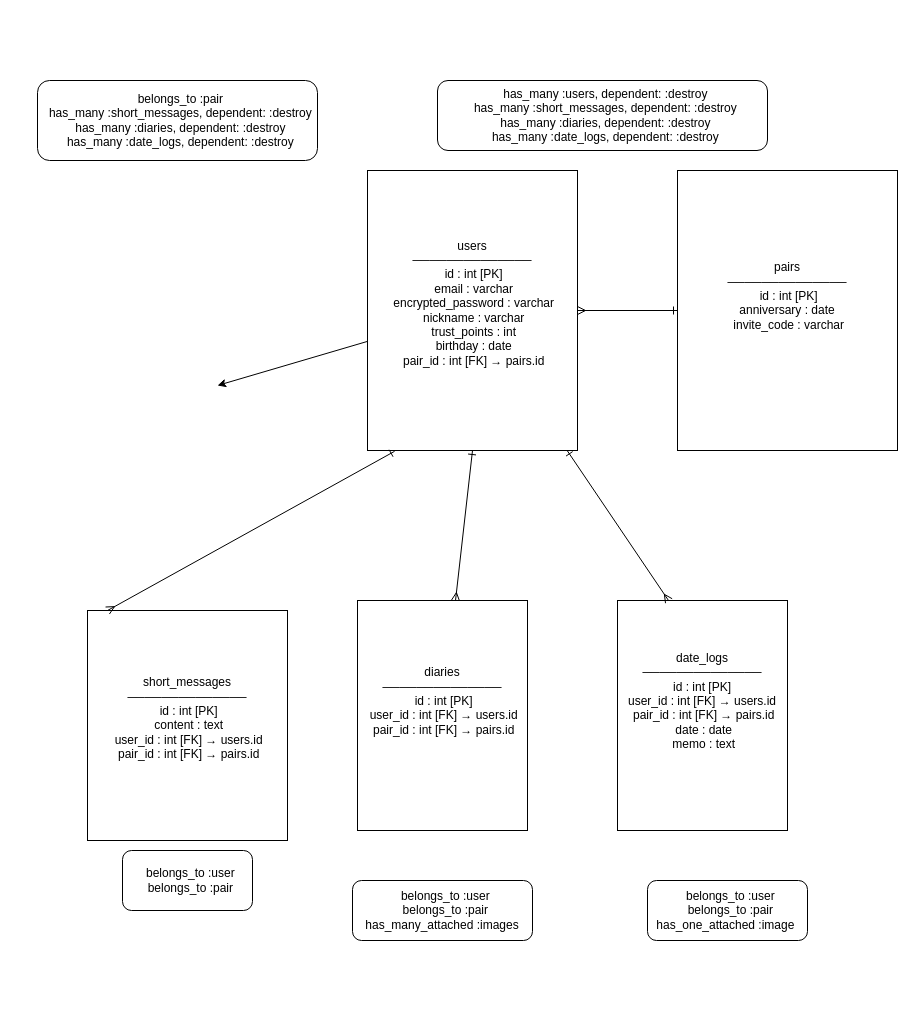
The draw.io diagram original.dio in Kei-bigginer/original_app-42272, before the edit. Source tidied: cells renumbered, new cells numbered last; positions are measured from the earlier drawing's top-left corner, leaving out a move shared by most shapes. Both pictures are drawn from the tidied source at 100%, with x=0, y=0 at pixel (37, 80).
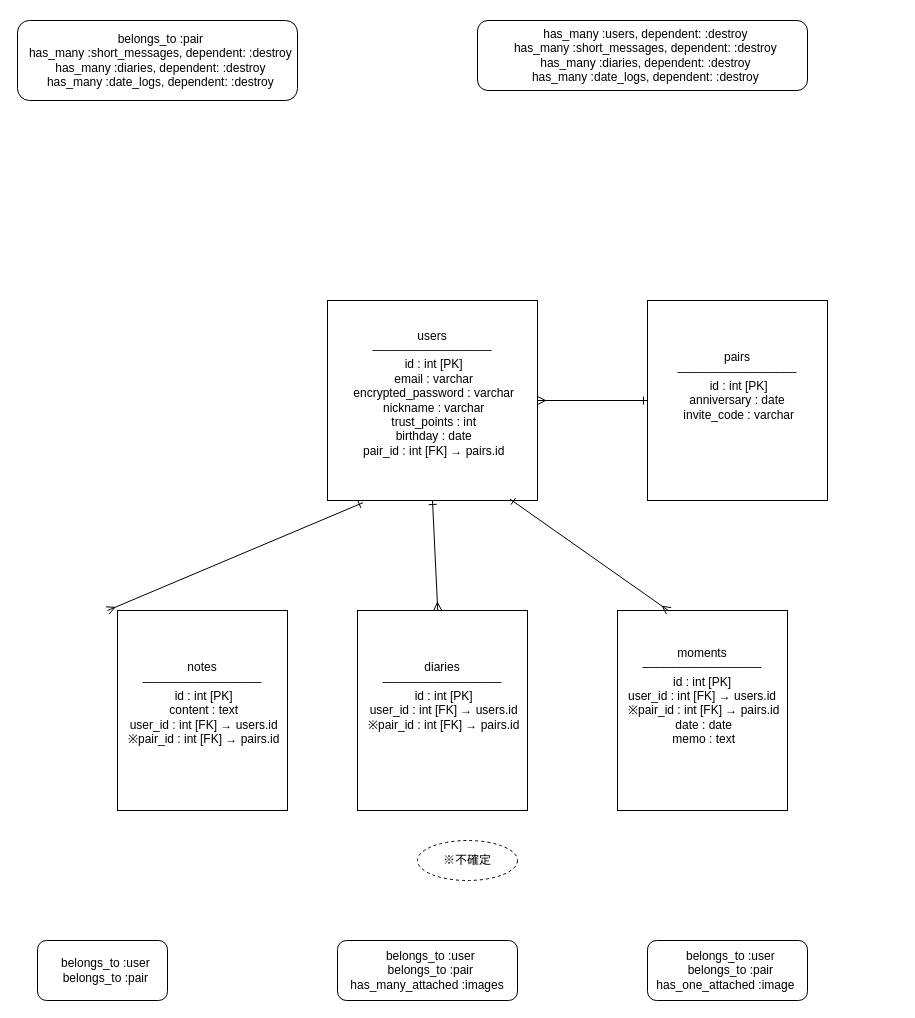
The same diagram, later.

Commit message (it also covers changes not shown here):
README修正（ページ遷移図、ER図添付）

Change to the diagram source:
```diff
@@
 <mxGraphModel>
   <root>
     <mxCell id="0" />
     <mxCell id="1" parent="0" />
-    <mxCell id="2" style="edgeStyle=none;html=1;" parent="1" edge="1" source="4">
-      <mxGeometry relative="1" as="geometry">
-        <mxPoint x="180" y="305" as="targetPoint" />
-      </mxGeometry>
-    </mxCell>
     <mxCell id="3" style="edgeStyle=none;html=1;entryX=0;entryY=0.5;entryDx=0;entryDy=0;startArrow=ERmany;startFill=0;endArrow=ERone;endFill=0;" parent="1" edge="1" source="4" target="5">
       <mxGeometry relative="1" as="geometry" />
     </mxCell>
     <mxCell id="4" value="&lt;div&gt;&lt;font color=&quot;#000000&quot;&gt;users&lt;/font&gt;&lt;/div&gt;&lt;div&gt;&lt;font color=&quot;#000000&quot;&gt;──────────────&lt;/font&gt;&lt;/div&gt;&lt;div&gt;&lt;font color=&quot;#000000&quot;&gt;&amp;nbsp;id : int [PK]&lt;/font&gt;&lt;/div&gt;&lt;div&gt;&lt;font color=&quot;#000000&quot;&gt;&amp;nbsp;email : varchar&lt;/font&gt;&lt;/div&gt;&lt;div&gt;&lt;font color=&quot;#000000&quot;&gt;&amp;nbsp;encrypted_password : varchar&lt;/font&gt;&lt;/div&gt;&lt;div&gt;&lt;font color=&quot;#000000&quot;&gt;&amp;nbsp;nickname : varchar&lt;/font&gt;&lt;/div&gt;&lt;div&gt;&lt;font color=&quot;#000000&quot;&gt;&amp;nbsp;trust_points : int&lt;/font&gt;&lt;/div&gt;&lt;div&gt;&lt;font color=&quot;#000000&quot;&gt;&amp;nbsp;birthday : date&lt;/font&gt;&lt;/div&gt;&lt;div&gt;&lt;font color=&quot;#000000&quot;&gt;&amp;nbsp;pair_id : int [FK] → pairs.id&lt;/font&gt;&lt;/div&gt;&lt;div&gt;&lt;br&gt;&lt;/div&gt;" style="rounded=0;whiteSpace=wrap;html=1;" parent="1" vertex="1">
-      <mxGeometry x="330" y="90" width="210" height="280" as="geometry" />
+      <mxGeometry x="290" y="220" width="210" height="200" as="geometry" />
     </mxCell>
     <mxCell id="5" value="&lt;div&gt;&lt;font color=&quot;#000000&quot;&gt;pairs&lt;/font&gt;&lt;/div&gt;&lt;div&gt;&lt;font color=&quot;#000000&quot;&gt;──────────────&lt;/font&gt;&lt;/div&gt;&lt;div&gt;&lt;font color=&quot;#000000&quot;&gt;&amp;nbsp;id : int [PK]&lt;/font&gt;&lt;/div&gt;&lt;div&gt;&lt;font color=&quot;#000000&quot;&gt;anniversary : date&lt;/font&gt;&lt;/div&gt;&lt;div&gt;&lt;font color=&quot;#000000&quot;&gt;&amp;nbsp;invite_code : varchar&lt;/font&gt;&lt;/div&gt;&lt;div&gt;&lt;br&gt;&lt;/div&gt;&lt;div&gt;&lt;br&gt;&lt;/div&gt;" style="rounded=0;whiteSpace=wrap;html=1;" parent="1" vertex="1">
-      <mxGeometry x="640" y="90" width="220" height="280" as="geometry" />
+      <mxGeometry x="610" y="220" width="180" height="200" as="geometry" />
     </mxCell>
-    <mxCell id="6" value="&lt;div&gt;&lt;font color=&quot;#000000&quot;&gt;short_messages&lt;/font&gt;&lt;/div&gt;&lt;div&gt;&lt;font color=&quot;#000000&quot;&gt;──────────────&lt;/font&gt;&lt;/div&gt;&lt;div&gt;&lt;font color=&quot;#000000&quot;&gt;&amp;nbsp;id : int [PK]&lt;/font&gt;&lt;/div&gt;&lt;div&gt;&lt;font color=&quot;#000000&quot;&gt;&amp;nbsp;content : text&lt;/font&gt;&lt;/div&gt;&lt;div&gt;&lt;font color=&quot;#000000&quot;&gt;&amp;nbsp;user_id : int [FK] → users.id&lt;/font&gt;&lt;/div&gt;&lt;div&gt;&lt;font color=&quot;#000000&quot;&gt;&amp;nbsp;pair_id : int [FK] → pairs.id&lt;/font&gt;&lt;/div&gt;&lt;div&gt;&lt;br&gt;&lt;/div&gt;" style="rounded=0;whiteSpace=wrap;html=1;" parent="1" vertex="1">
-      <mxGeometry x="50" y="530" width="200" height="230" as="geometry" />
+    <mxCell id="6" value="&lt;div&gt;&lt;span style=&quot;background-color: transparent;&quot;&gt;&lt;font color=&quot;#000000&quot;&gt;notes&lt;/font&gt;&lt;/span&gt;&lt;/div&gt;&lt;div&gt;&lt;span style=&quot;background-color: transparent;&quot;&gt;──────────────&lt;/span&gt;&lt;/div&gt;&lt;div&gt;&lt;font color=&quot;#000000&quot;&gt;&amp;nbsp;id : int [PK]&lt;/font&gt;&lt;/div&gt;&lt;div&gt;&lt;font color=&quot;#000000&quot;&gt;&amp;nbsp;content : text&lt;/font&gt;&lt;/div&gt;&lt;div&gt;&lt;font color=&quot;#000000&quot;&gt;&amp;nbsp;user_id : int [FK] → users.id&lt;/font&gt;&lt;/div&gt;&lt;div&gt;&lt;font color=&quot;#000000&quot;&gt;&amp;nbsp;※pair_id : int [FK] → pairs.id&lt;/font&gt;&lt;/div&gt;&lt;div&gt;&lt;br&gt;&lt;/div&gt;" style="rounded=0;whiteSpace=wrap;html=1;" parent="1" vertex="1">
+      <mxGeometry x="80" y="530" width="170" height="200" as="geometry" />
     </mxCell>
-    <mxCell id="7" value="&lt;div&gt;&lt;font color=&quot;#000000&quot;&gt;date_logs&lt;/font&gt;&lt;/div&gt;&lt;div&gt;&lt;font color=&quot;#000000&quot;&gt;──────────────&lt;/font&gt;&lt;/div&gt;&lt;div&gt;&lt;font color=&quot;#000000&quot;&gt;id : int [PK]&lt;/font&gt;&lt;/div&gt;&lt;div&gt;&lt;font color=&quot;#000000&quot;&gt;user_id : int [FK] → users.id&lt;/font&gt;&lt;/div&gt;&lt;div&gt;&lt;font color=&quot;#000000&quot;&gt;&amp;nbsp;pair_id : int [FK] → pairs.id&lt;/font&gt;&lt;/div&gt;&lt;div&gt;&lt;font color=&quot;#000000&quot;&gt;&amp;nbsp;date : date&lt;/font&gt;&lt;/div&gt;&lt;div&gt;&lt;font color=&quot;#000000&quot;&gt;&amp;nbsp;memo : text&lt;/font&gt;&lt;/div&gt;&lt;div&gt;&lt;br&gt;&lt;/div&gt;&lt;div&gt;&lt;br&gt;&lt;/div&gt;" style="rounded=0;whiteSpace=wrap;html=1;" parent="1" vertex="1">
-      <mxGeometry x="580" y="520" width="170" height="230" as="geometry" />
+    <mxCell id="7" value="&lt;div&gt;&lt;span style=&quot;background-color: transparent;&quot;&gt;&lt;font color=&quot;#000000&quot;&gt;moments&lt;/font&gt;&lt;/span&gt;&lt;/div&gt;&lt;div&gt;&lt;span style=&quot;background-color: transparent;&quot;&gt;──────────────&lt;/span&gt;&lt;/div&gt;&lt;div&gt;&lt;font color=&quot;#000000&quot;&gt;id : int [PK]&lt;/font&gt;&lt;/div&gt;&lt;div&gt;&lt;font color=&quot;#000000&quot;&gt;user_id : int [FK] → users.id&lt;/font&gt;&lt;/div&gt;&lt;div&gt;&lt;font color=&quot;#000000&quot;&gt;&amp;nbsp;※pair_id : int [FK] → pairs.id&lt;/font&gt;&lt;/div&gt;&lt;div&gt;&lt;font color=&quot;#000000&quot;&gt;&amp;nbsp;date : date&lt;/font&gt;&lt;/div&gt;&lt;div&gt;&lt;font color=&quot;#000000&quot;&gt;&amp;nbsp;memo : text&lt;/font&gt;&lt;/div&gt;&lt;div&gt;&lt;br&gt;&lt;/div&gt;&lt;div&gt;&lt;br&gt;&lt;/div&gt;" style="rounded=0;whiteSpace=wrap;html=1;" parent="1" vertex="1">
+      <mxGeometry x="580" y="530" width="170" height="200" as="geometry" />
     </mxCell>
-    <mxCell id="8" value="&lt;div&gt;&lt;font color=&quot;#000000&quot;&gt;diaries&lt;/font&gt;&lt;/div&gt;&lt;div&gt;&lt;font color=&quot;#000000&quot;&gt;──────────────&lt;/font&gt;&lt;/div&gt;&lt;div&gt;&lt;font color=&quot;#000000&quot;&gt;&amp;nbsp;id : int [PK]&lt;/font&gt;&lt;/div&gt;&lt;div&gt;&lt;font color=&quot;#000000&quot;&gt;&amp;nbsp;user_id : int [FK] → users.id&lt;/font&gt;&lt;/div&gt;&lt;div&gt;&lt;font color=&quot;#000000&quot;&gt;&amp;nbsp;pair_id : int [FK] → pairs.id&lt;/font&gt;&lt;/div&gt;&lt;div&gt;&lt;br&gt;&lt;/div&gt;&lt;div&gt;&lt;br&gt;&lt;/div&gt;" style="rounded=0;whiteSpace=wrap;html=1;" parent="1" vertex="1">
-      <mxGeometry x="320" y="520" width="170" height="230" as="geometry" />
+    <mxCell id="8" value="&lt;div&gt;&lt;font color=&quot;#000000&quot;&gt;diaries&lt;/font&gt;&lt;/div&gt;&lt;div&gt;&lt;font color=&quot;#000000&quot;&gt;──────────────&lt;/font&gt;&lt;/div&gt;&lt;div&gt;&lt;font color=&quot;#000000&quot;&gt;&amp;nbsp;id : int [PK]&lt;/font&gt;&lt;/div&gt;&lt;div&gt;&lt;font color=&quot;#000000&quot;&gt;&amp;nbsp;user_id : int [FK] → users.id&lt;/font&gt;&lt;/div&gt;&lt;div&gt;&lt;font color=&quot;#000000&quot;&gt;&amp;nbsp;※pair_id : int [FK] → pairs.id&lt;/font&gt;&lt;/div&gt;&lt;div&gt;&lt;br&gt;&lt;/div&gt;&lt;div&gt;&lt;br&gt;&lt;/div&gt;" style="rounded=0;whiteSpace=wrap;html=1;" parent="1" vertex="1">
+      <mxGeometry x="320" y="530" width="170" height="200" as="geometry" />
     </mxCell>
     <mxCell id="9" value="&lt;div&gt;&lt;br&gt;&lt;/div&gt;&lt;div&gt;&lt;font color=&quot;#000000&quot;&gt;&amp;nbsp; belongs_to :pair&lt;/font&gt;&lt;/div&gt;&lt;div&gt;&lt;font color=&quot;#000000&quot;&gt;&amp;nbsp; has_many :short_messages, dependent: :destroy&lt;/font&gt;&lt;/div&gt;&lt;div&gt;&lt;font color=&quot;#000000&quot;&gt;&amp;nbsp; has_many :diaries, dependent: :destroy&lt;/font&gt;&lt;/div&gt;&lt;div&gt;&lt;font color=&quot;#000000&quot;&gt;&amp;nbsp; has_many :date_logs, dependent: :destroy&lt;/font&gt;&lt;/div&gt;&lt;div&gt;&lt;br&gt;&lt;/div&gt;" style="rounded=1;whiteSpace=wrap;html=1;" parent="1" vertex="1">
-      <mxGeometry width="280" height="80" as="geometry" />
+      <mxGeometry x="-20" y="-60" width="280" height="80" as="geometry" />
     </mxCell>
     <mxCell id="10" value="&lt;div&gt;&lt;span style=&quot;background-color: transparent;&quot;&gt;&amp;nbsp; has_many :users, dependent: :destroy&lt;/span&gt;&lt;/div&gt;&lt;div&gt;&lt;font color=&quot;#000000&quot;&gt;&amp;nbsp; has_many :short_messages, dependent: :destroy&lt;/font&gt;&lt;/div&gt;&lt;div&gt;&lt;font color=&quot;#000000&quot;&gt;&amp;nbsp; has_many :diaries, dependent: :destroy&lt;/font&gt;&lt;/div&gt;&lt;div&gt;&lt;font color=&quot;#000000&quot;&gt;&amp;nbsp; has_many :date_logs, dependent: :destroy&lt;/font&gt;&lt;/div&gt;" style="rounded=1;whiteSpace=wrap;html=1;" parent="1" vertex="1">
-      <mxGeometry x="400" width="330" height="70" as="geometry" />
+      <mxGeometry x="440" y="-60" width="330" height="70" as="geometry" />
     </mxCell>
     <mxCell id="11" value="&lt;div&gt;&lt;span style=&quot;background-color: transparent;&quot;&gt;&amp;nbsp; belongs_to :user&lt;/span&gt;&lt;/div&gt;&lt;div&gt;&lt;font color=&quot;#000000&quot;&gt;&amp;nbsp; belongs_to :pair&lt;/font&gt;&lt;/div&gt;" style="rounded=1;whiteSpace=wrap;html=1;" parent="1" vertex="1">
-      <mxGeometry x="85" y="770" width="130" height="60" as="geometry" />
+      <mxGeometry y="860" width="130" height="60" as="geometry" />
     </mxCell>
     <mxCell id="12" value="&lt;div&gt;&lt;span style=&quot;background-color: transparent;&quot;&gt;&amp;nbsp; belongs_to :user&lt;/span&gt;&lt;/div&gt;&lt;div&gt;&lt;font color=&quot;#000000&quot;&gt;&amp;nbsp; belongs_to :pair&lt;/font&gt;&lt;/div&gt;&lt;div&gt;&lt;font color=&quot;#000000&quot;&gt;&amp;nbsp; has_many_attached :images&amp;nbsp;&amp;nbsp;&lt;/font&gt;&lt;/div&gt;" style="rounded=1;whiteSpace=wrap;html=1;" parent="1" vertex="1">
-      <mxGeometry x="315" y="800" width="180" height="60" as="geometry" />
+      <mxGeometry x="300" y="860" width="180" height="60" as="geometry" />
     </mxCell>
     <mxCell id="13" value="&lt;div&gt;&lt;span style=&quot;background-color: transparent;&quot;&gt;&amp;nbsp; belongs_to :user&lt;/span&gt;&lt;/div&gt;&lt;div&gt;&lt;font color=&quot;#000000&quot;&gt;&amp;nbsp; belongs_to :pair&lt;/font&gt;&lt;/div&gt;&lt;div&gt;&lt;font color=&quot;#000000&quot;&gt;&amp;nbsp; has_one_attached :image&amp;nbsp; &amp;nbsp;&lt;/font&gt;&lt;/div&gt;" style="rounded=1;whiteSpace=wrap;html=1;" parent="1" vertex="1">
-      <mxGeometry x="610" y="800" width="160" height="60" as="geometry" />
+      <mxGeometry x="610" y="860" width="160" height="60" as="geometry" />
     </mxCell>
-    <mxCell id="14" style="edgeStyle=none;html=1;entryX=0.33;entryY=0.989;entryDx=0;entryDy=0;entryPerimeter=0;startArrow=ERmany;startFill=0;endArrow=ERone;endFill=0;exitX=0.311;exitY=-0.017;exitDx=0;exitDy=0;exitPerimeter=0;" parent="1" edge="1">
+    <mxCell id="14" style="edgeStyle=none;html=1;entryX=0.169;entryY=1.011;entryDx=0;entryDy=0;entryPerimeter=0;startArrow=ERmany;startFill=0;endArrow=ERone;endFill=0;exitX=0.311;exitY=-0.017;exitDx=0;exitDy=0;exitPerimeter=0;" parent="1" edge="1" target="4">
       <mxGeometry relative="1" as="geometry">
         <mxPoint x="70" y="530" as="sourcePoint" />
-        <mxPoint x="357.1" y="370.8" as="targetPoint" />
       </mxGeometry>
     </mxCell>
     <mxCell id="15" style="edgeStyle=none;html=1;startArrow=ERmany;startFill=0;endArrow=ERone;endFill=0;entryX=0.5;entryY=1;entryDx=0;entryDy=0;" parent="1" edge="1" source="8" target="4">
       <mxGeometry relative="1" as="geometry" />
     </mxCell>
-    <mxCell id="16" style="edgeStyle=none;html=1;entryX=0.302;entryY=0.002;entryDx=0;entryDy=0;entryPerimeter=0;startArrow=ERone;startFill=0;endArrow=ERmany;endFill=0;" parent="1" edge="1" source="4" target="7">
+    <mxCell id="16" style="edgeStyle=none;html=1;entryX=0.302;entryY=0.002;entryDx=0;entryDy=0;entryPerimeter=0;startArrow=ERone;startFill=0;endArrow=ERmany;endFill=0;exitX=0.869;exitY=0.993;exitDx=0;exitDy=0;exitPerimeter=0;" parent="1" edge="1" source="4" target="7">
       <mxGeometry relative="1" as="geometry" />
     </mxCell>
+    <mxCell id="17" value="※不確定" style="ellipse;whiteSpace=wrap;html=1;align=center;dashed=1;" parent="1" vertex="1">
+      <mxGeometry x="380" y="760" width="100" height="40" as="geometry" />
+    </mxCell>
   </root>
 </mxGraphModel>
```
